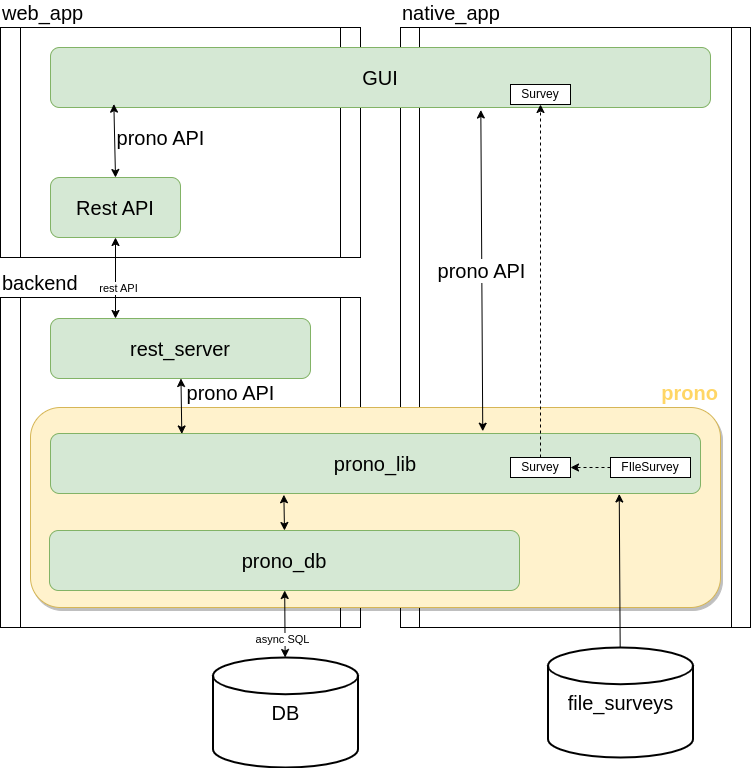
This is docs/architecture.drawio.png from jaques-sam/prono, a draw.io export, as it was before one commit. Source tidied: cells renumbered, new cells last; positions are measured from the earlier drawing's top-left corner, leaving out a move shared by most shapes.
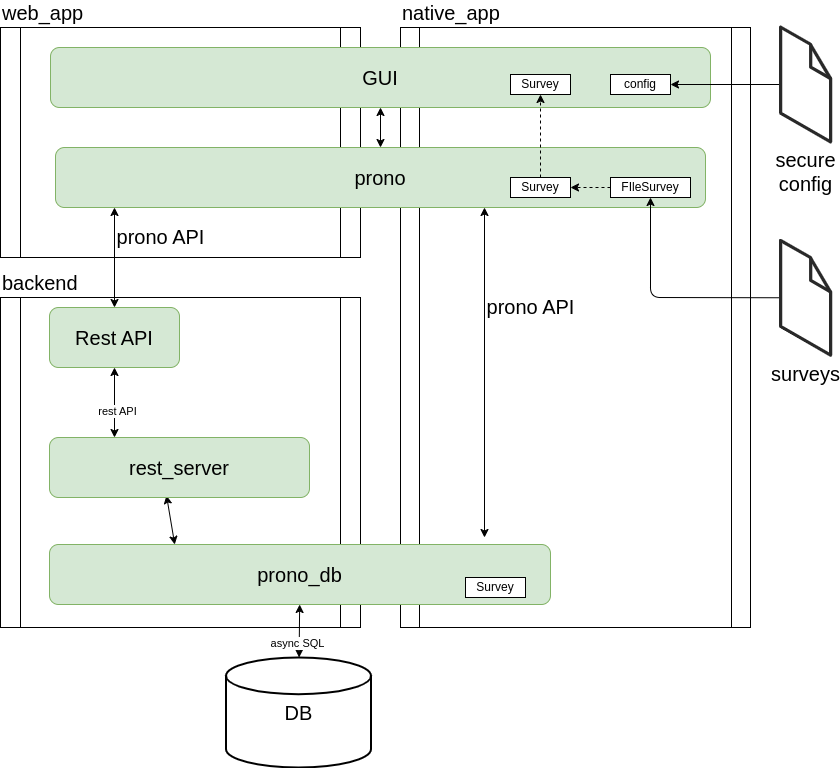
The same diagram one commit later.

The edit, as a diff of the source:
```diff
@@ -11,15 +11,18 @@
     <mxCell id="4" value="backend" style="shape=process;whiteSpace=wrap;html=1;backgroundOutline=1;size=0.05555555555555555;labelPosition=center;verticalLabelPosition=top;align=left;verticalAlign=bottom;fontSize=20;" parent="1" vertex="1">
       <mxGeometry y="270" width="360" height="330" as="geometry" />
     </mxCell>
+    <mxCell id="18" style="edgeStyle=none;html=1;startArrow=classic;startFill=1;" parent="1" edge="1" source="5" target="13">
+      <mxGeometry relative="1" as="geometry" />
+    </mxCell>
     <mxCell id="5" value="GUI" style="rounded=1;whiteSpace=wrap;html=1;fontSize=20;fillColor=#d5e8d4;strokeColor=#82b366;" parent="1" vertex="1">
       <mxGeometry x="50" y="20" width="660" height="60" as="geometry" />
     </mxCell>
+    <mxCell id="27" style="edgeStyle=none;html=1;startArrow=classic;startFill=1;exitX=0.45;exitY=0.967;exitDx=0;exitDy=0;entryX=0.25;entryY=0;entryDx=0;entryDy=0;exitPerimeter=0;" parent="1" edge="1" source="6" target="10">
+      <mxGeometry relative="1" as="geometry" />
+    </mxCell>
     <mxCell id="6" value="rest_server" style="rounded=1;whiteSpace=wrap;html=1;fontSize=20;fillColor=#d5e8d4;strokeColor=#82b366;" parent="1" vertex="1">
-      <mxGeometry x="50" y="291" width="260" height="60" as="geometry" />
+      <mxGeometry x="49" y="410" width="260" height="60" as="geometry" />
     </mxCell>
-    <mxCell id="7" value="prono" style="rounded=1;whiteSpace=wrap;html=1;shadow=1;fontSize=20;fillColor=#fff2cc;strokeColor=#d6b656;labelPosition=center;verticalLabelPosition=top;align=right;verticalAlign=bottom;fontColor=#FFD666;labelBackgroundColor=none;labelBorderColor=none;fontStyle=1;" parent="1" vertex="1">
-      <mxGeometry x="30" y="380" width="690" height="200" as="geometry" />
-    </mxCell>
     <mxCell id="8" style="edgeStyle=none;html=1;fontSize=20;startArrow=classic;startFill=1;" parent="1" edge="1" source="10" target="11">
       <mxGeometry relative="1" as="geometry" />
     </mxCell>
@@ -27,40 +30,37 @@
       <mxGeometry x="0.46" y="-3" relative="1" as="geometry" />
     </mxCell>
     <mxCell id="10" value="prono_db" style="rounded=1;whiteSpace=wrap;html=1;fontSize=20;fillColor=#d5e8d4;strokeColor=#82b366;" parent="1" vertex="1">
-      <mxGeometry x="49" y="503" width="470" height="60" as="geometry" />
+      <mxGeometry x="49" y="517" width="501" height="60" as="geometry" />
     </mxCell>
     <mxCell id="11" value="&lt;font style=&quot;font-size: 20px;&quot;&gt;DB&lt;/font&gt;" style="strokeWidth=2;html=1;shape=mxgraph.flowchart.database;whiteSpace=wrap;" parent="1" vertex="1">
-      <mxGeometry x="212.5" y="630" width="145" height="110" as="geometry" />
+      <mxGeometry x="225.5" y="630" width="145" height="110" as="geometry" />
     </mxCell>
-    <mxCell id="12" style="edgeStyle=none;html=1;fontSize=20;startArrow=classic;startFill=1;entryX=0.5;entryY=0;entryDx=0;entryDy=0;exitX=0.359;exitY=1.021;exitDx=0;exitDy=0;exitPerimeter=0;" parent="1" edge="1" source="13" target="10">
-      <mxGeometry relative="1" as="geometry" />
-    </mxCell>
-    <mxCell id="13" value="prono_lib" style="rounded=1;whiteSpace=wrap;html=1;fontSize=20;fillColor=#d5e8d4;strokeColor=#82b366;" parent="1" vertex="1">
-      <mxGeometry x="50" y="406" width="650" height="60" as="geometry" />
+    <mxCell id="13" value="prono" style="rounded=1;whiteSpace=wrap;html=1;fontSize=20;fillColor=#d5e8d4;strokeColor=#82b366;" parent="1" vertex="1">
+      <mxGeometry x="55" y="120" width="650" height="60" as="geometry" />
     </mxCell>
-    <mxCell id="14" value="prono API" style="edgeStyle=none;html=1;fontSize=20;startArrow=classic;startFill=1;entryX=0.096;entryY=0.944;entryDx=0;entryDy=0;exitX=0.5;exitY=0;exitDx=0;exitDy=0;entryPerimeter=0;" parent="1" edge="1" source="17" target="5">
-      <mxGeometry x="0.07" y="-46" relative="1" as="geometry" />
+    <mxCell id="14" value="prono API" style="edgeStyle=none;html=1;fontSize=20;startArrow=classic;startFill=1;exitX=0.5;exitY=0;exitDx=0;exitDy=0;" parent="1" edge="1" source="17">
+      <mxGeometry x="0.4" y="-46" relative="1" as="geometry">
+        <mxPoint x="114" y="180" as="targetPoint" />
+      </mxGeometry>
     </mxCell>
-    <mxCell id="15" style="edgeStyle=none;html=1;fontSize=20;startArrow=classic;startFill=1;entryX=0.25;entryY=0;entryDx=0;entryDy=0;" parent="1" edge="1" source="17" target="6">
+    <mxCell id="15" style="edgeStyle=none;html=1;fontSize=20;startArrow=classic;startFill=1;entryX=0.25;entryY=0;entryDx=0;entryDy=0;exitX=0.5;exitY=1;exitDx=0;exitDy=0;" parent="1" edge="1" source="17" target="6">
       <mxGeometry relative="1" as="geometry" />
     </mxCell>
     <mxCell id="16" value="rest API" style="edgeLabel;html=1;align=center;verticalAlign=middle;" parent="15" vertex="1">
       <mxGeometry x="0.23" y="2" relative="1" as="geometry" />
     </mxCell>
     <mxCell id="17" value="Rest API" style="rounded=1;whiteSpace=wrap;html=1;fontSize=20;fillColor=#d5e8d4;strokeColor=#82b366;" parent="1" vertex="1">
-      <mxGeometry x="50" y="150" width="130" height="60" as="geometry" />
+      <mxGeometry x="49" y="280" width="130" height="60" as="geometry" />
     </mxCell>
-    <mxCell id="18" value="prono API" style="edgeStyle=none;html=1;exitX=0.652;exitY=1.042;exitDx=0;exitDy=0;fontSize=20;startArrow=classic;startFill=1;exitPerimeter=0;entryX=0.665;entryY=-0.038;entryDx=0;entryDy=0;entryPerimeter=0;" parent="1" edge="1" source="5" target="13">
-      <mxGeometry relative="1" as="geometry" />
-    </mxCell>
-    <mxCell id="19" style="edgeStyle=none;html=1;fontSize=20;fontColor=#FFB366;startArrow=none;startFill=0;entryX=0.875;entryY=1.008;entryDx=0;entryDy=0;entryPerimeter=0;" parent="1" edge="1" source="20" target="13">
-      <mxGeometry relative="1" as="geometry" />
+    <mxCell id="19" style="edgeStyle=none;html=1;fontSize=20;fontColor=#FFB366;startArrow=none;startFill=0;entryX=0.5;entryY=1;entryDx=0;entryDy=0;" parent="1" edge="1" source="30" target="24">
+      <mxGeometry relative="1" as="geometry">
+        <Array as="points">
+          <mxPoint x="650" y="270" />
+        </Array>
+      </mxGeometry>
     </mxCell>
-    <mxCell id="20" value="&lt;font style=&quot;font-size: 20px;&quot;&gt;file_surveys&lt;br&gt;&lt;/font&gt;" style="strokeWidth=2;html=1;shape=mxgraph.flowchart.database;whiteSpace=wrap;" parent="1" vertex="1">
-      <mxGeometry x="547.5" y="620" width="145" height="110" as="geometry" />
-    </mxCell>
     <mxCell id="21" value="Survey" style="rounded=0;whiteSpace=wrap;html=1;" parent="1" vertex="1">
-      <mxGeometry x="510" y="57" width="60" height="20" as="geometry" />
+      <mxGeometry x="510" y="47" width="60" height="20" as="geometry" />
     </mxCell>
     <mxCell id="22" style="edgeStyle=none;html=1;entryX=0.5;entryY=1;entryDx=0;entryDy=0;dashed=1;exitX=0.5;exitY=0;exitDx=0;exitDy=0;" parent="1" edge="1" source="25" target="21">
       <mxGeometry relative="1" as="geometry" />
@@ -69,13 +69,30 @@
       <mxGeometry relative="1" as="geometry" />
     </mxCell>
     <mxCell id="24" value="FIleSurvey" style="rounded=0;whiteSpace=wrap;html=1;" parent="1" vertex="1">
-      <mxGeometry x="610" y="430" width="80" height="20" as="geometry" />
+      <mxGeometry x="610" y="150" width="80" height="20" as="geometry" />
     </mxCell>
     <mxCell id="25" value="Survey" style="rounded=0;whiteSpace=wrap;html=1;" parent="1" vertex="1">
-      <mxGeometry x="510" y="430" width="60" height="20" as="geometry" />
+      <mxGeometry x="510" y="150" width="60" height="20" as="geometry" />
     </mxCell>
-    <mxCell id="26" value="prono API" style="edgeStyle=none;html=1;fontSize=20;entryX=0.202;entryY=0.008;entryDx=0;entryDy=0;startArrow=classic;startFill=1;entryPerimeter=0;" parent="1" edge="1" source="6" target="13">
-      <mxGeometry x="-0.46" y="49" relative="1" as="geometry" />
-    </mxCell>
+    <mxCell id="28" value="prono API" style="edgeStyle=none;html=1;fontSize=20;startArrow=classic;startFill=1;entryX=0.66;entryY=1;entryDx=0;entryDy=0;entryPerimeter=0;" parent="1" edge="1" target="13">
+      <mxGeometry x="0.4" y="-46" relative="1" as="geometry">
+        <mxPoint x="484" y="510" as="sourcePoint" />
+      </mxGeometry>
+    </mxCell>
+    <mxCell id="29" value="Survey" style="rounded=0;whiteSpace=wrap;html=1;" parent="1" vertex="1">
+      <mxGeometry x="465" y="550" width="60" height="20" as="geometry" />
+    </mxCell>
+    <mxCell id="30" value="&lt;span style=&quot;font-size: 20px;&quot;&gt;surveys&lt;/span&gt;" style="verticalLabelPosition=bottom;html=1;verticalAlign=top;strokeWidth=1;align=center;outlineConnect=0;dashed=0;outlineConnect=0;shape=mxgraph.aws3d.file;strokeColor=#292929;" parent="1" vertex="1">
+      <mxGeometry x="780" y="213" width="50" height="114.6" as="geometry" />
+    </mxCell>
+    <mxCell id="31" style="edgeStyle=none;html=1;" parent="1" edge="1" source="32" target="33">
+      <mxGeometry relative="1" as="geometry" />
+    </mxCell>
+    <mxCell id="32" value="&lt;span style=&quot;font-size: 20px;&quot;&gt;secure&lt;br&gt;config&lt;/span&gt;" style="verticalLabelPosition=bottom;html=1;verticalAlign=top;strokeWidth=1;align=center;outlineConnect=0;dashed=0;outlineConnect=0;shape=mxgraph.aws3d.file;strokeColor=#292929;" parent="1" vertex="1">
+      <mxGeometry x="780" y="-0.3" width="50" height="114.6" as="geometry" />
+    </mxCell>
+    <mxCell id="33" value="config" style="rounded=0;whiteSpace=wrap;html=1;" parent="1" vertex="1">
+      <mxGeometry x="610" y="47" width="60" height="20" as="geometry" />
+    </mxCell>
   </root>
 </mxGraphModel>
```
